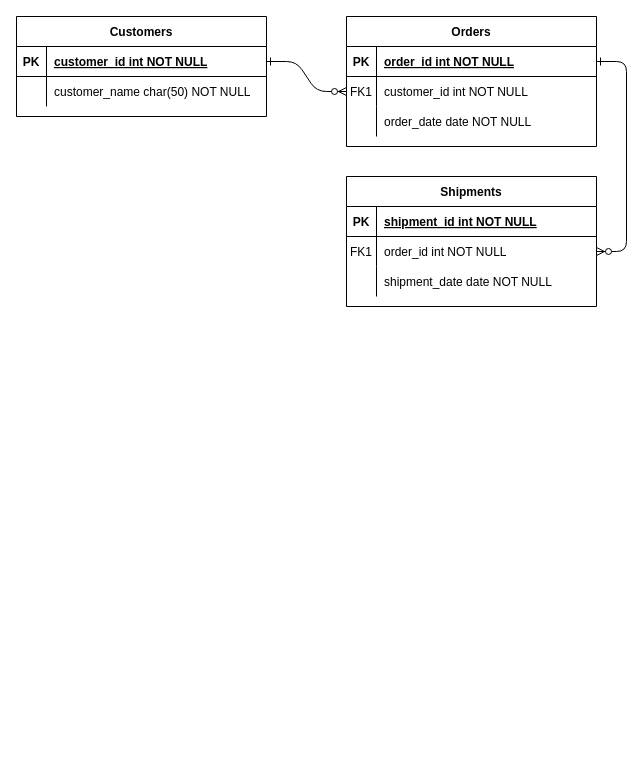
This is Untitled Diagram.drawio from pau85/drawIoDatabaseDiagram, a draw.io file, before an edit. Source tidied: cells renumbered, new cells numbered last; positions are measured from the earlier drawing's top-left corner, leaving out a move shared by most shapes. Both pictures are drawn from the tidied source at 100%, with x=0, y=0 at pixel (16, 16).
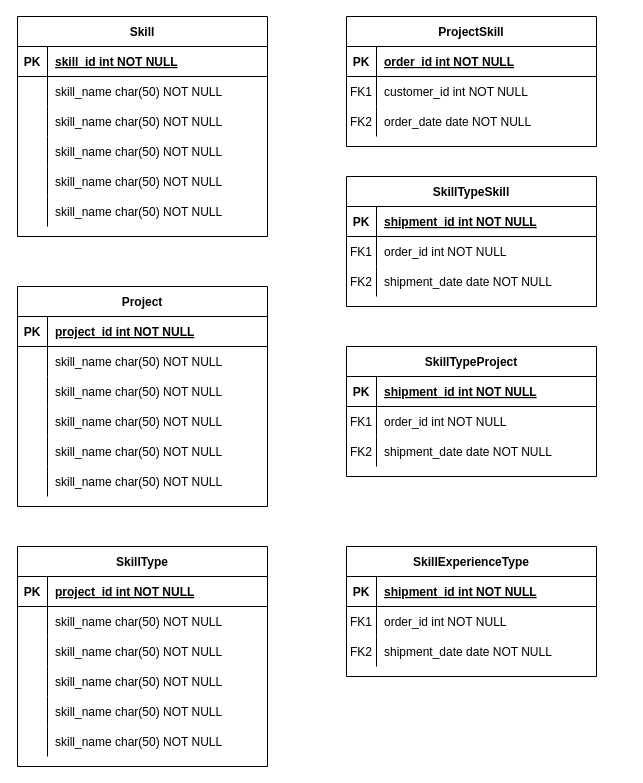
The same diagram, later.

Unchanged cells that the change refers to:
```xml
<mxCell id="5" style="shape=partialRectangle;fillColor=none;points=[[0,0.5],[1,0.5]];portConstraint=eastwest;top=0;left=0;right=0;bottom=1;" parent="4" vertex="1">
  <mxGeometry y="30" width="250" height="30" as="geometry" />
</mxCell>
<mxCell id="8" style="shape=partialRectangle;fillColor=none;points=[[0,0.5],[1,0.5]];portConstraint=eastwest;top=0;left=0;right=0;bottom=0;" parent="4" vertex="1">
  <mxGeometry y="60" width="250" height="30" as="geometry" />
</mxCell>
<mxCell id="11" style="shape=partialRectangle;fillColor=none;top=0;left=0;right=0;bottom=0;" parent="4" vertex="1">
  <mxGeometry y="90" width="250" height="30" as="geometry" />
</mxCell>
<mxCell id="18" style="shape=partialRectangle;fillColor=none;points=[[0,0.5],[1,0.5]];portConstraint=eastwest;top=0;left=0;right=0;bottom=0;" parent="14" vertex="1">
  <mxGeometry y="60" width="250" height="30" as="geometry" />
</mxCell>
<mxCell id="21" style="shape=partialRectangle;fillColor=none;top=0;left=0;right=0;bottom=0;" parent="14" vertex="1">
  <mxGeometry y="90" width="250" height="30" as="geometry" />
</mxCell>
<mxCell id="25" style="shape=partialRectangle;fillColor=none;points=[[0,0.5],[1,0.5]];portConstraint=eastwest;top=0;left=0;right=0;bottom=1;" parent="24" vertex="1">
  <mxGeometry y="30" width="250" height="30" as="geometry" />
</mxCell>
<mxCell id="28" style="shape=partialRectangle;fillColor=none;top=0;left=0;right=0;bottom=0;" parent="24" vertex="1">
  <mxGeometry y="60" width="250" height="30" as="geometry" />
</mxCell>
```

Change to the diagram source:
```diff
@@
-    <mxCell id="2" style="edgeStyle=entityRelationEdgeStyle;endArrow=ERzeroToMany;startArrow=ERone;endFill=1;startFill=0;" parent="1" edge="1" source="25" target="8">
-      <mxGeometry relative="1" as="geometry" />
-    </mxCell>
-    <mxCell id="3" style="edgeStyle=entityRelationEdgeStyle;endArrow=ERzeroToMany;startArrow=ERone;endFill=1;startFill=0;" parent="1" edge="1" source="5" target="18">
-      <mxGeometry relative="1" as="geometry" />
-    </mxCell>
-    <mxCell id="4" value="Orders" style="shape=table;startSize=30;childLayout=tableLayout;rowLines=0;fontStyle=1;align=center;" parent="1" vertex="1">
+    <mxCell id="4" value="ProjectSkill" style="shape=table;startSize=30;childLayout=tableLayout;rowLines=0;fontStyle=1;align=center;" parent="1" vertex="1">
       <mxGeometry x="330" width="250" height="130" as="geometry" />
     </mxCell>
@@
-    <mxCell id="12" style="shape=partialRectangle;overflow=hidden;fillColor=none;top=0;left=0;bottom=0;right=0;" parent="11" vertex="1">
+    <mxCell id="12" value="FK2" style="shape=partialRectangle;overflow=hidden;fillColor=none;top=0;left=0;bottom=0;right=0;" parent="11" vertex="1">
       <mxGeometry width="30" height="30" as="geometry" />
     </mxCell>
@@
-    <mxCell id="14" value="Shipments" style="shape=table;startSize=30;childLayout=tableLayout;rowLines=0;fontStyle=1;align=center;" parent="1" vertex="1">
+    <mxCell id="14" value="SkillTypeSkill" style="shape=table;startSize=30;childLayout=tableLayout;rowLines=0;fontStyle=1;align=center;" parent="1" vertex="1">
       <mxGeometry x="330" y="160" width="250" height="130" as="geometry" />
     </mxCell>
@@
-    <mxCell id="22" style="shape=partialRectangle;overflow=hidden;fillColor=none;top=0;left=0;bottom=0;right=0;" parent="21" vertex="1">
+    <mxCell id="22" value="FK2" style="shape=partialRectangle;overflow=hidden;fillColor=none;top=0;left=0;bottom=0;right=0;" parent="21" vertex="1">
       <mxGeometry width="30" height="30" as="geometry" />
     </mxCell>
@@
-    <mxCell id="24" value="Customers" style="shape=table;startSize=30;childLayout=tableLayout;rowLines=0;fontStyle=1;align=center;" parent="1" vertex="1">
-      <mxGeometry width="250" height="100" as="geometry" />
+    <mxCell id="24" value="Skill" style="shape=table;startSize=30;childLayout=tableLayout;rowLines=0;fontStyle=1;align=center;" parent="1" vertex="1">
+      <mxGeometry x="1" width="250" height="220" as="geometry" />
     </mxCell>
@@
-    <mxCell id="27" value="customer_id int NOT NULL " style="shape=partialRectangle;overflow=hidden;fillColor=none;top=0;left=0;bottom=0;right=0;align=left;spacingLeft=6;fontStyle=5;" parent="25" vertex="1">
+    <mxCell id="27" value="skill_id int NOT NULL " style="shape=partialRectangle;overflow=hidden;fillColor=none;top=0;left=0;bottom=0;right=0;align=left;spacingLeft=6;fontStyle=5;" parent="25" vertex="1">
       <mxGeometry x="30" width="220" height="30" as="geometry" />
     </mxCell>
@@
-    <mxCell id="30" value="customer_name char(50) NOT NULL" style="shape=partialRectangle;overflow=hidden;fillColor=none;top=0;left=0;bottom=0;right=0;align=left;spacingLeft=6;" parent="28" vertex="1">
+    <mxCell id="30" value="skill_name char(50) NOT NULL" style="shape=partialRectangle;overflow=hidden;fillColor=none;top=0;left=0;bottom=0;right=0;align=left;spacingLeft=6;" parent="28" vertex="1">
       <mxGeometry x="30" width="220" height="30" as="geometry" />
     </mxCell>
+    <mxCell id="31" style="shape=partialRectangle;fillColor=none;top=0;left=0;right=0;bottom=0;" parent="24" vertex="1">
+      <mxGeometry y="90" width="250" height="30" as="geometry" />
+    </mxCell>
+    <mxCell id="32" style="shape=partialRectangle;overflow=hidden;fillColor=none;top=0;left=0;bottom=0;right=0;" parent="31" vertex="1">
+      <mxGeometry width="30" height="30" as="geometry" />
+    </mxCell>
+    <mxCell id="33" value="skill_name char(50) NOT NULL" style="shape=partialRectangle;overflow=hidden;fillColor=none;top=0;left=0;bottom=0;right=0;align=left;spacingLeft=6;" parent="31" vertex="1">
+      <mxGeometry x="30" width="220" height="30" as="geometry" />
+    </mxCell>
+    <mxCell id="34" style="shape=partialRectangle;fillColor=none;top=0;left=0;right=0;bottom=0;" parent="24" vertex="1">
+      <mxGeometry y="120" width="250" height="30" as="geometry" />
+    </mxCell>
+    <mxCell id="35" style="shape=partialRectangle;overflow=hidden;fillColor=none;top=0;left=0;bottom=0;right=0;" parent="34" vertex="1">
+      <mxGeometry width="30" height="30" as="geometry" />
+    </mxCell>
+    <mxCell id="36" value="skill_name char(50) NOT NULL" style="shape=partialRectangle;overflow=hidden;fillColor=none;top=0;left=0;bottom=0;right=0;align=left;spacingLeft=6;" parent="34" vertex="1">
+      <mxGeometry x="30" width="220" height="30" as="geometry" />
+    </mxCell>
+    <mxCell id="37" style="shape=partialRectangle;fillColor=none;top=0;left=0;right=0;bottom=0;" parent="24" vertex="1">
+      <mxGeometry y="150" width="250" height="30" as="geometry" />
+    </mxCell>
+    <mxCell id="38" style="shape=partialRectangle;overflow=hidden;fillColor=none;top=0;left=0;bottom=0;right=0;" parent="37" vertex="1">
+      <mxGeometry width="30" height="30" as="geometry" />
+    </mxCell>
+    <mxCell id="39" value="skill_name char(50) NOT NULL" style="shape=partialRectangle;overflow=hidden;fillColor=none;top=0;left=0;bottom=0;right=0;align=left;spacingLeft=6;" parent="37" vertex="1">
+      <mxGeometry x="30" width="220" height="30" as="geometry" />
+    </mxCell>
+    <mxCell id="40" style="shape=partialRectangle;fillColor=none;top=0;left=0;right=0;bottom=0;" parent="24" vertex="1">
+      <mxGeometry y="180" width="250" height="30" as="geometry" />
+    </mxCell>
+    <mxCell id="41" style="shape=partialRectangle;overflow=hidden;fillColor=none;top=0;left=0;bottom=0;right=0;" parent="40" vertex="1">
+      <mxGeometry width="30" height="30" as="geometry" />
+    </mxCell>
+    <mxCell id="42" value="skill_name char(50) NOT NULL" style="shape=partialRectangle;overflow=hidden;fillColor=none;top=0;left=0;bottom=0;right=0;align=left;spacingLeft=6;" parent="40" vertex="1">
+      <mxGeometry x="30" width="220" height="30" as="geometry" />
+    </mxCell>
+    <mxCell id="43" value="Project" style="shape=table;startSize=30;childLayout=tableLayout;rowLines=0;fontStyle=1;align=center;" parent="1" vertex="1">
+      <mxGeometry x="1" y="270" width="250" height="220" as="geometry" />
+    </mxCell>
+    <mxCell id="44" style="shape=partialRectangle;fillColor=none;top=0;left=0;right=0;bottom=1;" parent="43" vertex="1">
+      <mxGeometry y="30" width="250" height="30" as="geometry" />
+    </mxCell>
+    <mxCell id="45" value="PK" style="shape=partialRectangle;overflow=hidden;fillColor=none;top=0;left=0;bottom=0;right=0;fontStyle=1;" parent="44" vertex="1">
+      <mxGeometry width="30" height="30" as="geometry" />
+    </mxCell>
+    <mxCell id="46" value="project_id int NOT NULL " style="shape=partialRectangle;overflow=hidden;fillColor=none;top=0;left=0;bottom=0;right=0;align=left;spacingLeft=6;fontStyle=5;" parent="44" vertex="1">
+      <mxGeometry x="30" width="220" height="30" as="geometry" />
+    </mxCell>
+    <mxCell id="47" style="shape=partialRectangle;fillColor=none;top=0;left=0;right=0;bottom=0;" parent="43" vertex="1">
+      <mxGeometry y="60" width="250" height="30" as="geometry" />
+    </mxCell>
+    <mxCell id="48" style="shape=partialRectangle;overflow=hidden;fillColor=none;top=0;left=0;bottom=0;right=0;" parent="47" vertex="1">
+      <mxGeometry width="30" height="30" as="geometry" />
+    </mxCell>
+    <mxCell id="49" value="skill_name char(50) NOT NULL" style="shape=partialRectangle;overflow=hidden;fillColor=none;top=0;left=0;bottom=0;right=0;align=left;spacingLeft=6;" parent="47" vertex="1">
+      <mxGeometry x="30" width="220" height="30" as="geometry" />
+    </mxCell>
+    <mxCell id="50" style="shape=partialRectangle;fillColor=none;top=0;left=0;right=0;bottom=0;" parent="43" vertex="1">
+      <mxGeometry y="90" width="250" height="30" as="geometry" />
+    </mxCell>
+    <mxCell id="51" style="shape=partialRectangle;overflow=hidden;fillColor=none;top=0;left=0;bottom=0;right=0;" parent="50" vertex="1">
+      <mxGeometry width="30" height="30" as="geometry" />
+    </mxCell>
+    <mxCell id="52" value="skill_name char(50) NOT NULL" style="shape=partialRectangle;overflow=hidden;fillColor=none;top=0;left=0;bottom=0;right=0;align=left;spacingLeft=6;" parent="50" vertex="1">
+      <mxGeometry x="30" width="220" height="30" as="geometry" />
+    </mxCell>
+    <mxCell id="53" style="shape=partialRectangle;fillColor=none;top=0;left=0;right=0;bottom=0;" parent="43" vertex="1">
+      <mxGeometry y="120" width="250" height="30" as="geometry" />
+    </mxCell>
+    <mxCell id="54" style="shape=partialRectangle;overflow=hidden;fillColor=none;top=0;left=0;bottom=0;right=0;" parent="53" vertex="1">
+      <mxGeometry width="30" height="30" as="geometry" />
+    </mxCell>
+    <mxCell id="55" value="skill_name char(50) NOT NULL" style="shape=partialRectangle;overflow=hidden;fillColor=none;top=0;left=0;bottom=0;right=0;align=left;spacingLeft=6;" parent="53" vertex="1">
+      <mxGeometry x="30" width="220" height="30" as="geometry" />
+    </mxCell>
+    <mxCell id="56" style="shape=partialRectangle;fillColor=none;top=0;left=0;right=0;bottom=0;" parent="43" vertex="1">
+      <mxGeometry y="150" width="250" height="30" as="geometry" />
+    </mxCell>
+    <mxCell id="57" style="shape=partialRectangle;overflow=hidden;fillColor=none;top=0;left=0;bottom=0;right=0;" parent="56" vertex="1">
+      <mxGeometry width="30" height="30" as="geometry" />
+    </mxCell>
+    <mxCell id="58" value="skill_name char(50) NOT NULL" style="shape=partialRectangle;overflow=hidden;fillColor=none;top=0;left=0;bottom=0;right=0;align=left;spacingLeft=6;" parent="56" vertex="1">
+      <mxGeometry x="30" width="220" height="30" as="geometry" />
+    </mxCell>
+    <mxCell id="59" style="shape=partialRectangle;fillColor=none;top=0;left=0;right=0;bottom=0;" parent="43" vertex="1">
+      <mxGeometry y="180" width="250" height="30" as="geometry" />
+    </mxCell>
+    <mxCell id="60" style="shape=partialRectangle;overflow=hidden;fillColor=none;top=0;left=0;bottom=0;right=0;" parent="59" vertex="1">
+      <mxGeometry width="30" height="30" as="geometry" />
+    </mxCell>
+    <mxCell id="61" value="skill_name char(50) NOT NULL" style="shape=partialRectangle;overflow=hidden;fillColor=none;top=0;left=0;bottom=0;right=0;align=left;spacingLeft=6;" parent="59" vertex="1">
+      <mxGeometry x="30" width="220" height="30" as="geometry" />
+    </mxCell>
+    <mxCell id="62" value="SkillType" style="shape=table;startSize=30;childLayout=tableLayout;rowLines=0;fontStyle=1;align=center;" parent="1" vertex="1">
+      <mxGeometry x="1" y="530" width="250" height="220" as="geometry" />
+    </mxCell>
+    <mxCell id="63" style="shape=partialRectangle;fillColor=none;top=0;left=0;right=0;bottom=1;" parent="62" vertex="1">
+      <mxGeometry y="30" width="250" height="30" as="geometry" />
+    </mxCell>
+    <mxCell id="64" value="PK" style="shape=partialRectangle;overflow=hidden;fillColor=none;top=0;left=0;bottom=0;right=0;fontStyle=1;" parent="63" vertex="1">
+      <mxGeometry width="30" height="30" as="geometry" />
+    </mxCell>
+    <mxCell id="65" value="project_id int NOT NULL " style="shape=partialRectangle;overflow=hidden;fillColor=none;top=0;left=0;bottom=0;right=0;align=left;spacingLeft=6;fontStyle=5;" parent="63" vertex="1">
+      <mxGeometry x="30" width="220" height="30" as="geometry" />
+    </mxCell>
+    <mxCell id="66" style="shape=partialRectangle;fillColor=none;top=0;left=0;right=0;bottom=0;" parent="62" vertex="1">
+      <mxGeometry y="60" width="250" height="30" as="geometry" />
+    </mxCell>
+    <mxCell id="67" style="shape=partialRectangle;overflow=hidden;fillColor=none;top=0;left=0;bottom=0;right=0;" parent="66" vertex="1">
+      <mxGeometry width="30" height="30" as="geometry" />
+    </mxCell>
+    <mxCell id="68" value="skill_name char(50) NOT NULL" style="shape=partialRectangle;overflow=hidden;fillColor=none;top=0;left=0;bottom=0;right=0;align=left;spacingLeft=6;" parent="66" vertex="1">
+      <mxGeometry x="30" width="220" height="30" as="geometry" />
+    </mxCell>
+    <mxCell id="69" style="shape=partialRectangle;fillColor=none;top=0;left=0;right=0;bottom=0;" parent="62" vertex="1">
+      <mxGeometry y="90" width="250" height="30" as="geometry" />
+    </mxCell>
+    <mxCell id="70" style="shape=partialRectangle;overflow=hidden;fillColor=none;top=0;left=0;bottom=0;right=0;" parent="69" vertex="1">
+      <mxGeometry width="30" height="30" as="geometry" />
+    </mxCell>
+    <mxCell id="71" value="skill_name char(50) NOT NULL" style="shape=partialRectangle;overflow=hidden;fillColor=none;top=0;left=0;bottom=0;right=0;align=left;spacingLeft=6;" parent="69" vertex="1">
+      <mxGeometry x="30" width="220" height="30" as="geometry" />
+    </mxCell>
+    <mxCell id="72" style="shape=partialRectangle;fillColor=none;top=0;left=0;right=0;bottom=0;" parent="62" vertex="1">
+      <mxGeometry y="120" width="250" height="30" as="geometry" />
+    </mxCell>
+    <mxCell id="73" style="shape=partialRectangle;overflow=hidden;fillColor=none;top=0;left=0;bottom=0;right=0;" parent="72" vertex="1">
+      <mxGeometry width="30" height="30" as="geometry" />
+    </mxCell>
+    <mxCell id="74" value="skill_name char(50) NOT NULL" style="shape=partialRectangle;overflow=hidden;fillColor=none;top=0;left=0;bottom=0;right=0;align=left;spacingLeft=6;" parent="72" vertex="1">
+      <mxGeometry x="30" width="220" height="30" as="geometry" />
+    </mxCell>
+    <mxCell id="75" style="shape=partialRectangle;fillColor=none;top=0;left=0;right=0;bottom=0;" parent="62" vertex="1">
+      <mxGeometry y="150" width="250" height="30" as="geometry" />
+    </mxCell>
+    <mxCell id="76" style="shape=partialRectangle;overflow=hidden;fillColor=none;top=0;left=0;bottom=0;right=0;" parent="75" vertex="1">
+      <mxGeometry width="30" height="30" as="geometry" />
+    </mxCell>
+    <mxCell id="77" value="skill_name char(50) NOT NULL" style="shape=partialRectangle;overflow=hidden;fillColor=none;top=0;left=0;bottom=0;right=0;align=left;spacingLeft=6;" parent="75" vertex="1">
+      <mxGeometry x="30" width="220" height="30" as="geometry" />
+    </mxCell>
+    <mxCell id="78" style="shape=partialRectangle;fillColor=none;top=0;left=0;right=0;bottom=0;" parent="62" vertex="1">
+      <mxGeometry y="180" width="250" height="30" as="geometry" />
+    </mxCell>
+    <mxCell id="79" style="shape=partialRectangle;overflow=hidden;fillColor=none;top=0;left=0;bottom=0;right=0;" parent="78" vertex="1">
+      <mxGeometry width="30" height="30" as="geometry" />
+    </mxCell>
+    <mxCell id="80" value="skill_name char(50) NOT NULL" style="shape=partialRectangle;overflow=hidden;fillColor=none;top=0;left=0;bottom=0;right=0;align=left;spacingLeft=6;" parent="78" vertex="1">
+      <mxGeometry x="30" width="220" height="30" as="geometry" />
+    </mxCell>
+    <mxCell id="81" value="SkillTypeProject" style="shape=table;startSize=30;childLayout=tableLayout;rowLines=0;fontStyle=1;align=center;" parent="1" vertex="1">
+      <mxGeometry x="330" y="330" width="250" height="130" as="geometry" />
+    </mxCell>
+    <mxCell id="82" style="shape=partialRectangle;fillColor=none;top=0;left=0;right=0;bottom=1;" parent="81" vertex="1">
+      <mxGeometry y="30" width="250" height="30" as="geometry" />
+    </mxCell>
+    <mxCell id="83" value="PK" style="shape=partialRectangle;overflow=hidden;fillColor=none;top=0;left=0;bottom=0;right=0;fontStyle=1;" parent="82" vertex="1">
+      <mxGeometry width="30" height="30" as="geometry" />
+    </mxCell>
+    <mxCell id="84" value="shipment_id int NOT NULL " style="shape=partialRectangle;overflow=hidden;fillColor=none;top=0;left=0;bottom=0;right=0;align=left;spacingLeft=6;fontStyle=5;" parent="82" vertex="1">
+      <mxGeometry x="30" width="220" height="30" as="geometry" />
+    </mxCell>
+    <mxCell id="85" style="shape=partialRectangle;fillColor=none;top=0;left=0;right=0;bottom=0;" parent="81" vertex="1">
+      <mxGeometry y="60" width="250" height="30" as="geometry" />
+    </mxCell>
+    <mxCell id="86" value="FK1" style="shape=partialRectangle;overflow=hidden;fillColor=none;top=0;left=0;bottom=0;right=0;" parent="85" vertex="1">
+      <mxGeometry width="30" height="30" as="geometry" />
+    </mxCell>
+    <mxCell id="87" value="order_id int NOT NULL" style="shape=partialRectangle;overflow=hidden;fillColor=none;top=0;left=0;bottom=0;right=0;align=left;spacingLeft=6;" parent="85" vertex="1">
+      <mxGeometry x="30" width="220" height="30" as="geometry" />
+    </mxCell>
+    <mxCell id="88" style="shape=partialRectangle;fillColor=none;top=0;left=0;right=0;bottom=0;" parent="81" vertex="1">
+      <mxGeometry y="90" width="250" height="30" as="geometry" />
+    </mxCell>
+    <mxCell id="89" value="FK2" style="shape=partialRectangle;overflow=hidden;fillColor=none;top=0;left=0;bottom=0;right=0;" parent="88" vertex="1">
+      <mxGeometry width="30" height="30" as="geometry" />
+    </mxCell>
+    <mxCell id="90" value="shipment_date date NOT NULL" style="shape=partialRectangle;overflow=hidden;fillColor=none;top=0;left=0;bottom=0;right=0;align=left;spacingLeft=6;" parent="88" vertex="1">
+      <mxGeometry x="30" width="220" height="30" as="geometry" />
+    </mxCell>
+    <mxCell id="91" value="SkillExperienceType" style="shape=table;startSize=30;childLayout=tableLayout;rowLines=0;fontStyle=1;align=center;" parent="1" vertex="1">
+      <mxGeometry x="330" y="530" width="250" height="130" as="geometry" />
+    </mxCell>
+    <mxCell id="92" style="shape=partialRectangle;fillColor=none;top=0;left=0;right=0;bottom=1;" parent="91" vertex="1">
+      <mxGeometry y="30" width="250" height="30" as="geometry" />
+    </mxCell>
+    <mxCell id="93" value="PK" style="shape=partialRectangle;overflow=hidden;fillColor=none;top=0;left=0;bottom=0;right=0;fontStyle=1;" parent="92" vertex="1">
+      <mxGeometry width="30" height="30" as="geometry" />
+    </mxCell>
+    <mxCell id="94" value="shipment_id int NOT NULL " style="shape=partialRectangle;overflow=hidden;fillColor=none;top=0;left=0;bottom=0;right=0;align=left;spacingLeft=6;fontStyle=5;" parent="92" vertex="1">
+      <mxGeometry x="30" width="220" height="30" as="geometry" />
+    </mxCell>
+    <mxCell id="95" style="shape=partialRectangle;fillColor=none;top=0;left=0;right=0;bottom=0;" parent="91" vertex="1">
+      <mxGeometry y="60" width="250" height="30" as="geometry" />
+    </mxCell>
+    <mxCell id="96" value="FK1" style="shape=partialRectangle;overflow=hidden;fillColor=none;top=0;left=0;bottom=0;right=0;" parent="95" vertex="1">
+      <mxGeometry width="30" height="30" as="geometry" />
+    </mxCell>
+    <mxCell id="97" value="order_id int NOT NULL" style="shape=partialRectangle;overflow=hidden;fillColor=none;top=0;left=0;bottom=0;right=0;align=left;spacingLeft=6;" parent="95" vertex="1">
+      <mxGeometry x="30" width="220" height="30" as="geometry" />
+    </mxCell>
+    <mxCell id="98" style="shape=partialRectangle;fillColor=none;top=0;left=0;right=0;bottom=0;" parent="91" vertex="1">
+      <mxGeometry y="90" width="250" height="30" as="geometry" />
+    </mxCell>
+    <mxCell id="99" value="FK2" style="shape=partialRectangle;overflow=hidden;fillColor=none;top=0;left=0;bottom=0;right=0;" parent="98" vertex="1">
+      <mxGeometry width="30" height="30" as="geometry" />
+    </mxCell>
+    <mxCell id="100" value="shipment_date date NOT NULL" style="shape=partialRectangle;overflow=hidden;fillColor=none;top=0;left=0;bottom=0;right=0;align=left;spacingLeft=6;" parent="98" vertex="1">
+      <mxGeometry x="30" width="220" height="30" as="geometry" />
+    </mxCell>
```
